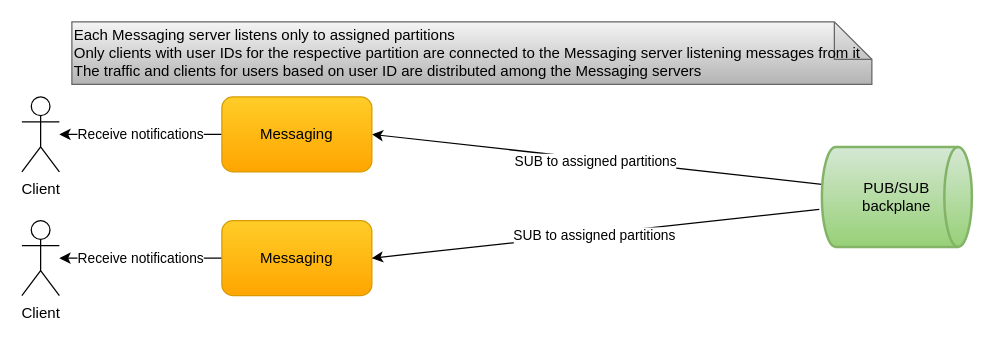
Before: docs/diagrams/cecochat-03-message-receive.drawio in cvetomir-todorov/CecoChat, a draw.io diagram. Source tidied: cells renumbered, new cells numbered last; positions are measured from the earlier drawing's top-left corner, leaving out a move shared by most shapes. Both pictures are drawn from the tidied source at 125%, with x=0, y=0 at pixel (21, 21).
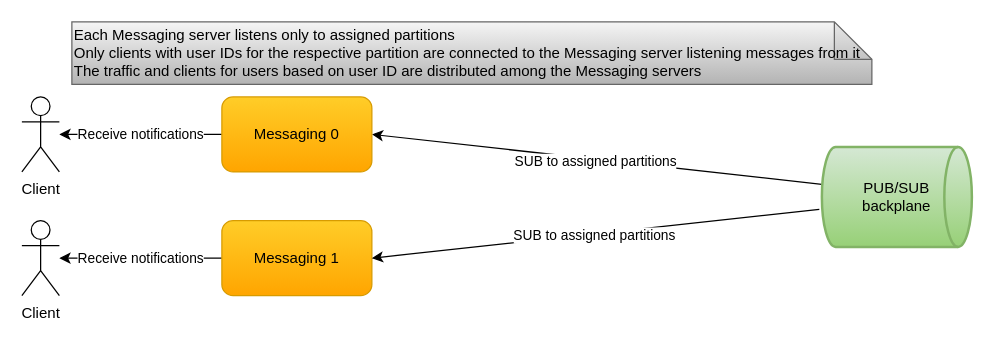
The same page after the edit.

The edit, as a diff of the source:
```diff
@@
 <mxGraphModel>
   <root>
     <mxCell id="0" />
     <mxCell id="1" parent="0" />
     <mxCell id="2" value="Receive notifications" style="edgeStyle=orthogonalEdgeStyle;rounded=0;jettySize=auto;html=1;entryX=0;entryY=0.5;entryDx=0;entryDy=0;startArrow=classic;startFill=1;endArrow=none;endFill=0;" parent="1" edge="1" source="3" target="7">
       <mxGeometry relative="1" as="geometry" />
     </mxCell>
     <mxCell id="3" value="Client" style="shape=umlActor;verticalLabelPosition=bottom;verticalAlign=top;html=1;outlineConnect=0;" parent="1" vertex="1">
       <mxGeometry y="60" width="30" height="60" as="geometry" />
     </mxCell>
     <mxCell id="4" value="Receive notifications" style="edgeStyle=orthogonalEdgeStyle;rounded=0;jettySize=auto;html=1;entryX=0;entryY=0.5;entryDx=0;entryDy=0;startArrow=classic;startFill=1;endArrow=none;endFill=0;" parent="1" edge="1" source="5" target="10">
       <mxGeometry relative="1" as="geometry" />
     </mxCell>
     <mxCell id="5" value="Client" style="shape=umlActor;verticalLabelPosition=bottom;verticalAlign=top;html=1;outlineConnect=0;" parent="1" vertex="1">
       <mxGeometry y="159" width="30" height="60" as="geometry" />
     </mxCell>
     <mxCell id="6" value="SUB to assigned partitions" style="rounded=0;jettySize=auto;html=1;entryX=0;entryY=0.375;entryDx=0;entryDy=0;entryPerimeter=0;startArrow=classic;startFill=1;exitX=1;exitY=0.5;exitDx=0;exitDy=0;endArrow=none;endFill=0;" parent="1" edge="1" source="7" target="8">
       <mxGeometry y="-2" relative="1" as="geometry">
         <mxPoint x="-1" as="offset" />
       </mxGeometry>
     </mxCell>
-    <mxCell id="7" value="&lt;font style=&quot;font-size: 12px&quot;&gt;Messaging&lt;/font&gt;" style="rounded=1;whiteSpace=wrap;html=1;gradientColor=#ffa500;fillColor=#ffcd28;strokeColor=#d79b00;" parent="1" vertex="1">
+    <mxCell id="7" value="&lt;font style=&quot;font-size: 12px&quot;&gt;Messaging 0&lt;/font&gt;" style="rounded=1;whiteSpace=wrap;html=1;gradientColor=#ffa500;fillColor=#ffcd28;strokeColor=#d79b00;" parent="1" vertex="1">
       <mxGeometry x="160" y="60" width="120" height="60" as="geometry" />
     </mxCell>
     <mxCell id="8" value="PUB/SUB&lt;br&gt;backplane" style="strokeWidth=2;html=1;shape=mxgraph.flowchart.direct_data;whiteSpace=wrap;gradientColor=#97d077;fillColor=#d5e8d4;strokeColor=#82b366;" parent="1" vertex="1">
       <mxGeometry x="640" y="100" width="120" height="80" as="geometry" />
     </mxCell>
     <mxCell id="9" value="Each Messaging server listens only to assigned partitions&lt;br&gt;Only clients with user IDs for the respective partition are connected to the Messaging server listening messages from it&lt;br&gt;The traffic and clients for users based on user ID are distributed among the Messaging servers" style="shape=note;whiteSpace=wrap;html=1;backgroundOutline=1;darkOpacity=0.05;align=left;gradientColor=#b3b3b3;fillColor=#f5f5f5;strokeColor=#666666;" parent="1" vertex="1">
       <mxGeometry x="40" width="640" height="50" as="geometry" />
     </mxCell>
-    <mxCell id="10" value="&lt;font style=&quot;font-size: 12px&quot;&gt;Messaging&lt;/font&gt;" style="rounded=1;whiteSpace=wrap;html=1;gradientColor=#ffa500;fillColor=#ffcd28;strokeColor=#d79b00;" parent="1" vertex="1">
+    <mxCell id="10" value="&lt;font style=&quot;font-size: 12px&quot;&gt;Messaging 1&lt;/font&gt;" style="rounded=1;whiteSpace=wrap;html=1;gradientColor=#ffa500;fillColor=#ffcd28;strokeColor=#d79b00;" parent="1" vertex="1">
       <mxGeometry x="160" y="159" width="120" height="60" as="geometry" />
     </mxCell>
     <mxCell id="11" value="SUB to assigned partitions" style="rounded=0;jettySize=auto;html=1;entryX=-0.017;entryY=0.625;entryDx=0;entryDy=0;entryPerimeter=0;startArrow=classic;startFill=1;exitX=1;exitY=0.5;exitDx=0;exitDy=0;endArrow=none;endFill=0;" parent="1" edge="1" source="10" target="8">
       <mxGeometry y="-2" relative="1" as="geometry">
         <mxPoint x="-1" as="offset" />
       </mxGeometry>
     </mxCell>
   </root>
 </mxGraphModel>
```
